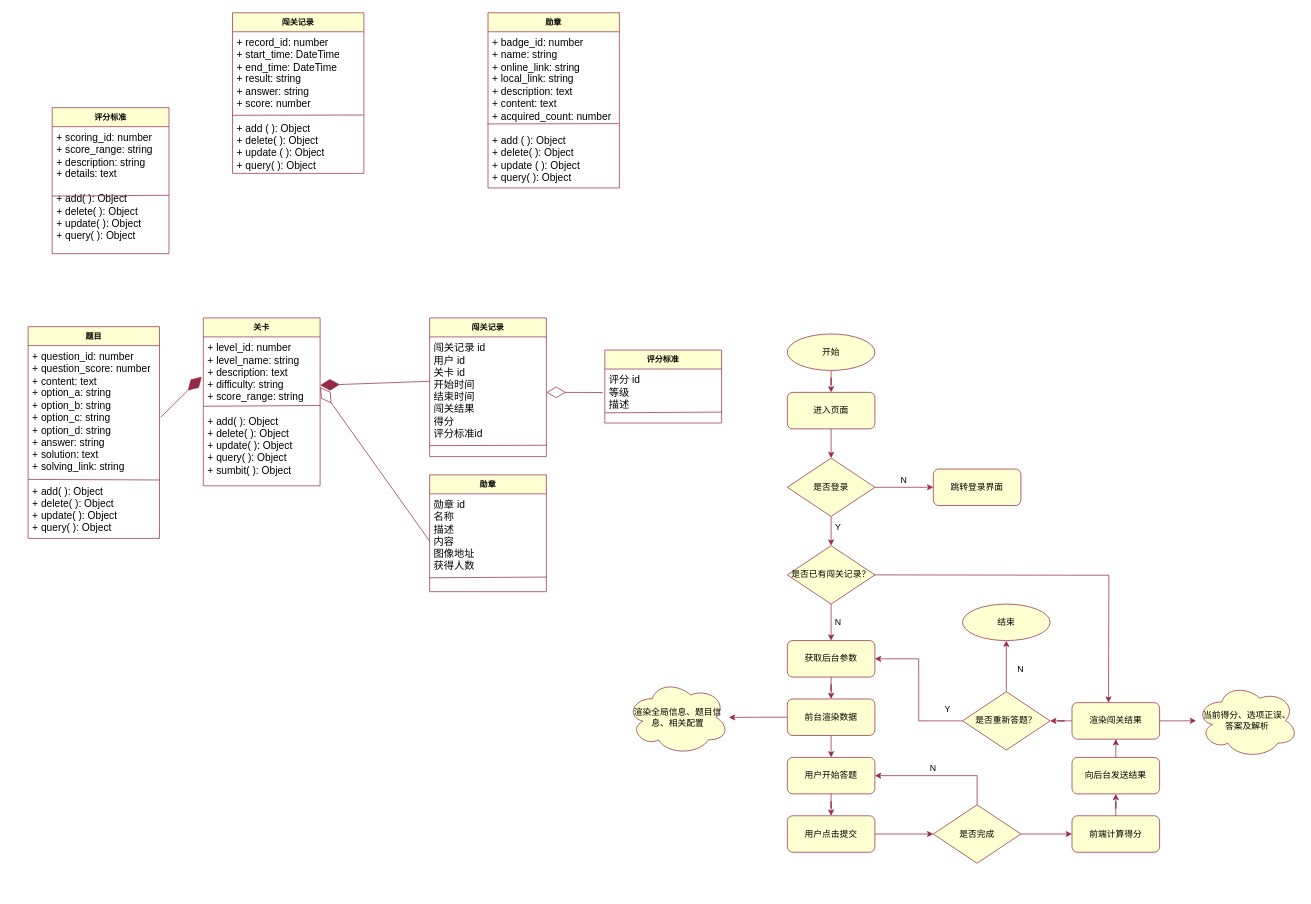
Earlier version of the draw.io diagram page "闯关流程图" (12 of 16) of 毕业设计/毕业设计.drawio (bosombaby/draw-store). Source tidied: cells renumbered, new cells numbered last; positions are measured from the earlier drawing's top-left corner, leaving out a move shared by most shapes. Both pictures are drawn from the tidied source at 73%, with x=0, y=0 at pixel (28, 12).
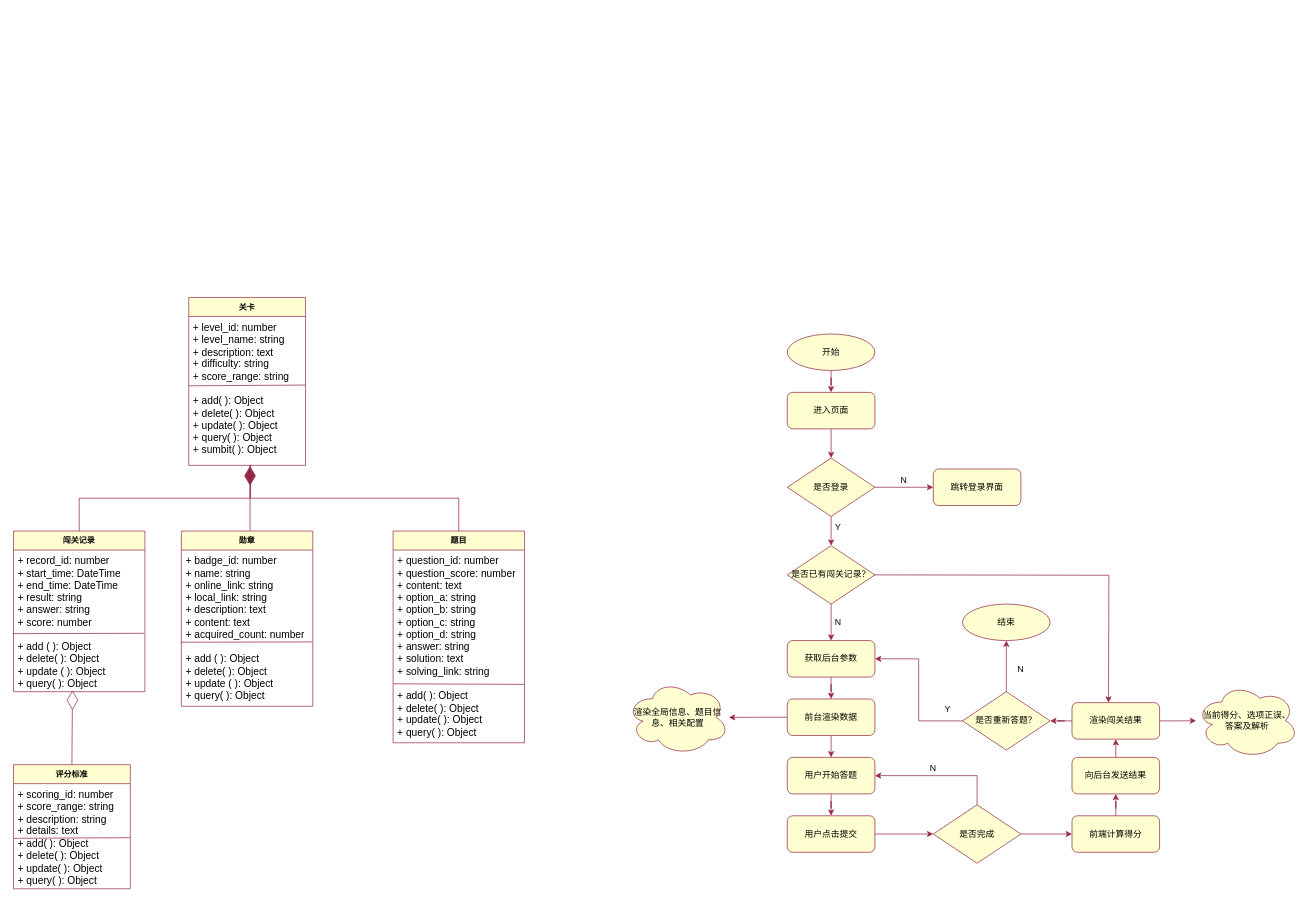
The same diagram, later.

Commit message (it also covers changes not shown here):
更新毕业设计.drawio

The change refers to these unchanged cells:
```xml
<mxCell id="45" value="&lt;span style=&quot;font-size: 14px;&quot;&gt;+ question_id: number&lt;/span&gt;&lt;div&gt;&lt;span style=&quot;font-size: 14px;&quot;&gt;+ question_score: number&lt;/span&gt;&lt;/div&gt;&lt;div&gt;&lt;span style=&quot;font-size: 14px;&quot;&gt;+ content: text&lt;/span&gt;&lt;/div&gt;&lt;div&gt;&lt;span style=&quot;font-size: 14px;&quot;&gt;+ option_a: string&lt;/span&gt;&lt;/div&gt;&lt;div&gt;&lt;span style=&quot;font-size: 14px;&quot;&gt;+ option_b: string&lt;/span&gt;&lt;/div&gt;&lt;div&gt;&lt;span style=&quot;font-size: 14px;&quot;&gt;+ option_c: string&lt;/span&gt;&lt;/div&gt;&lt;div&gt;&lt;span style=&quot;font-size: 14px;&quot;&gt;+ option_d: string&lt;/span&gt;&lt;/div&gt;&lt;div&gt;&lt;span style=&quot;font-size: 14px;&quot;&gt;+ answer: string&lt;/span&gt;&lt;/div&gt;&lt;div&gt;&lt;span style=&quot;font-size: 14px;&quot;&gt;+ solution: text&lt;/span&gt;&lt;/div&gt;&lt;div&gt;&lt;span style=&quot;font-size: 14px;&quot;&gt;+ solving_link: string&lt;/span&gt;&lt;/div&gt;&lt;div&gt;&lt;span style=&quot;font-size: 14px;&quot;&gt;&lt;br&gt;&lt;/span&gt;&lt;/div&gt;&lt;div&gt;&lt;span style=&quot;font-size: 14px;&quot;&gt;+ add( ): Object&lt;/span&gt;&lt;/div&gt;&lt;div&gt;&lt;span style=&quot;font-size: 14px;&quot;&gt;+ delete( ): Object&lt;/span&gt;&lt;/div&gt;&lt;div&gt;&lt;span style=&quot;font-size: 14px;&quot;&gt;+ update( ): Object&lt;/span&gt;&lt;span style=&quot;font-size: 14px;&quot;&gt;&lt;br&gt;&lt;/span&gt;&lt;/div&gt;&lt;div&gt;&lt;span style=&quot;font-size: 14px;&quot;&gt;+ query( ): Object&lt;/span&gt;&lt;span style=&quot;font-size: 14px;&quot;&gt;&lt;br&gt;&lt;/span&gt;&lt;/div&gt;" style="text;strokeColor=none;fillColor=none;align=left;verticalAlign=top;spacingLeft=4;spacingRight=4;overflow=hidden;points=[[0,0.5],[1,0.5]];portConstraint=eastwest;whiteSpace=wrap;html=1;fontSize=11;fontFamily=Helvetica;fontColor=default;" parent="44" vertex="1">
  <mxGeometry y="26" width="180" height="264" as="geometry" />
</mxCell>
<mxCell id="61" value="&lt;font style=&quot;font-size: 14px;&quot;&gt;+ level_id: number&lt;br&gt;+ level_name: string&lt;br&gt;+ description: text&lt;br&gt;+ difficulty: string&lt;br&gt;+ score_range: string&lt;/font&gt;&lt;div&gt;&lt;span style=&quot;font-size: 14px;&quot;&gt;&lt;br&gt;&lt;/span&gt;&lt;div&gt;&lt;div&gt;&lt;span style=&quot;font-size: 14px;&quot;&gt;+ add( ):&amp;nbsp;&lt;/span&gt;&lt;span style=&quot;font-size: 14px; background-color: initial;&quot;&gt;Object&lt;/span&gt;&lt;/div&gt;&lt;div&gt;&lt;span style=&quot;font-size: 14px;&quot;&gt;+ delete( ): Object&lt;/span&gt;&lt;/div&gt;&lt;div&gt;&lt;span style=&quot;font-size: 14px;&quot;&gt;+ update( ): Object&lt;/span&gt;&lt;span style=&quot;font-size: 14px;&quot;&gt;&lt;br&gt;&lt;/span&gt;&lt;/div&gt;&lt;div&gt;&lt;span style=&quot;font-size: 14px;&quot;&gt;+ query( ): Object&lt;/span&gt;&lt;/div&gt;&lt;/div&gt;&lt;/div&gt;&lt;div&gt;&lt;span style=&quot;font-size: 14px;&quot;&gt;+ sumbit( ): Object&lt;/span&gt;&lt;/div&gt;" style="text;strokeColor=none;fillColor=none;align=left;verticalAlign=top;spacingLeft=4;spacingRight=4;overflow=hidden;points=[[0,0.5],[1,0.5]];portConstraint=eastwest;whiteSpace=wrap;html=1;fontSize=11;fontFamily=Helvetica;fontColor=default;" parent="60" vertex="1">
  <mxGeometry y="26" width="160" height="204" as="geometry" />
</mxCell>
<mxCell id="64" value="&lt;div&gt;&lt;span style=&quot;font-size: 14px;&quot;&gt;+ record_id: number&lt;/span&gt;&lt;/div&gt;&lt;div&gt;&lt;span style=&quot;font-size: 14px;&quot;&gt;+ start_time: DateTime&lt;/span&gt;&lt;/div&gt;&lt;div&gt;&lt;span style=&quot;font-size: 14px;&quot;&gt;+ end_time: DateTime&lt;/span&gt;&lt;/div&gt;&lt;div&gt;&lt;span style=&quot;font-size: 14px;&quot;&gt;+ result: string&lt;/span&gt;&lt;/div&gt;&lt;div&gt;&lt;span style=&quot;font-size: 14px;&quot;&gt;+ answer: string&lt;/span&gt;&lt;/div&gt;&lt;div&gt;&lt;span style=&quot;font-size: 14px;&quot;&gt;+ score: number&lt;/span&gt;&lt;/div&gt;&lt;div&gt;&lt;span style=&quot;font-size: 14px;&quot;&gt;&lt;br&gt;&lt;/span&gt;&lt;/div&gt;&lt;div&gt;&lt;div&gt;&lt;span style=&quot;font-size: 14px;&quot;&gt;+ add ( ):&amp;nbsp;&lt;/span&gt;&lt;span style=&quot;font-size: 14px; background-color: initial;&quot;&gt;Object&lt;/span&gt;&lt;/div&gt;&lt;div&gt;&lt;span style=&quot;font-size: 14px;&quot;&gt;+ delete( ): Object&lt;/span&gt;&lt;/div&gt;&lt;div&gt;&lt;span style=&quot;font-size: 14px;&quot;&gt;+ update ( ): Object&lt;/span&gt;&lt;span style=&quot;font-size: 14px;&quot;&gt;&lt;br&gt;&lt;/span&gt;&lt;/div&gt;&lt;div&gt;&lt;span style=&quot;font-size: 14px;&quot;&gt;+ query( ): Object&lt;/span&gt;&lt;/div&gt;&lt;/div&gt;" style="text;strokeColor=none;fillColor=none;align=left;verticalAlign=top;spacingLeft=4;spacingRight=4;overflow=hidden;points=[[0,0.5],[1,0.5]];portConstraint=eastwest;whiteSpace=wrap;html=1;fontSize=11;fontFamily=Helvetica;fontColor=default;" parent="63" vertex="1">
  <mxGeometry y="26" width="180" height="194" as="geometry" />
</mxCell>
```

What changed in the source:
```diff
@@
     <mxCell id="44" value="题目" style="swimlane;fontStyle=1;align=center;verticalAlign=top;horizontal=1;startSize=26;whiteSpace=wrap;html=1;strokeColor=#993150;fontFamily=Helvetica;fontSize=11;fontColor=default;fillColor=#FFFFD1;" parent="1" vertex="1">
-      <mxGeometry y="430" width="180" height="290" as="geometry" />
+      <mxGeometry x="500" y="710" width="180" height="290" as="geometry" />
     </mxCell>
@@
-    <mxCell id="47" value="闯关记录" style="swimlane;fontStyle=1;align=center;verticalAlign=top;horizontal=1;startSize=26;whiteSpace=wrap;html=1;strokeColor=#993150;fontFamily=Helvetica;fontSize=11;fontColor=default;fillColor=#FFFFD1;" parent="1" vertex="1">
-      <mxGeometry x="550" y="418" width="160" height="190" as="geometry" />
-    </mxCell>
-    <mxCell id="48" value="&lt;font style=&quot;font-size: 14px;&quot;&gt;闯关记录 id&lt;br&gt;用户 id&lt;br&gt;关卡 id&lt;br&gt;开始时间&lt;br&gt;结束时间&lt;br&gt;闯关结果&lt;br&gt;得分&lt;br&gt;评分标准id&lt;br&gt;&lt;/font&gt;" style="text;strokeColor=none;fillColor=none;align=left;verticalAlign=top;spacingLeft=4;spacingRight=4;overflow=hidden;points=[[0,0.5],[1,0.5]];portConstraint=eastwest;whiteSpace=wrap;html=1;fontSize=11;fontFamily=Helvetica;fontColor=default;" parent="47" vertex="1">
-      <mxGeometry y="26" width="160" height="164" as="geometry" />
-    </mxCell>
-    <mxCell id="49" style="endArrow=none;html=1;rounded=0;strokeColor=#942A46;align=center;verticalAlign=middle;fontFamily=Helvetica;fontSize=15;fontColor=default;labelBackgroundColor=default;fillColor=#FFFFD1;entryX=1.002;entryY=0.905;entryDx=0;entryDy=0;entryPerimeter=0;" parent="47" edge="1" target="48">
-      <mxGeometry relative="1" as="geometry">
-        <mxPoint y="175" as="sourcePoint" />
-      </mxGeometry>
-    </mxCell>
-    <mxCell id="50" style="endArrow=diamondThin;endFill=1;endSize=24;html=1;rounded=0;labelBackgroundColor=default;strokeColor=#942A46;align=center;verticalAlign=middle;fontFamily=Helvetica;fontSize=11;fontColor=default;shape=connector;edgeStyle=none;entryX=-0.013;entryY=0.406;entryDx=0;entryDy=0;exitX=1.009;exitY=0.372;exitDx=0;exitDy=0;exitPerimeter=0;entryPerimeter=0;" parent="1" edge="1" source="45">
-      <mxGeometry relative="1" as="geometry">
-        <mxPoint x="237.9" y="498.5" as="targetPoint" />
-      </mxGeometry>
+    <mxCell id="50" style="endArrow=diamondThin;endFill=1;endSize=24;html=1;rounded=0;labelBackgroundColor=default;strokeColor=#942A46;align=center;verticalAlign=middle;fontFamily=Helvetica;fontSize=11;fontColor=default;shape=connector;edgeStyle=orthogonalEdgeStyle;entryX=0.525;entryY=1.004;entryDx=0;entryDy=0;entryPerimeter=0;exitX=0.5;exitY=0;exitDx=0;exitDy=0;" parent="1" edge="1" source="63" target="61">
+      <mxGeometry relative="1" as="geometry" />
     </mxCell>
-    <mxCell id="51" style="endArrow=diamondThin;endFill=1;endSize=24;html=1;rounded=0;labelBackgroundColor=default;strokeColor=#942A46;align=center;verticalAlign=middle;fontFamily=Helvetica;fontSize=11;fontColor=default;shape=connector;edgeStyle=none;exitX=-0.001;exitY=0.371;exitDx=0;exitDy=0;exitPerimeter=0;" parent="1" edge="1" source="48">
-      <mxGeometry relative="1" as="geometry">
-        <mxPoint x="400" y="510.2" as="targetPoint" />
-      </mxGeometry>
-    </mxCell>
-    <mxCell id="52" value="勋章" style="swimlane;fontStyle=1;align=center;verticalAlign=top;horizontal=1;startSize=26;whiteSpace=wrap;html=1;strokeColor=#993150;fontFamily=Helvetica;fontSize=11;fontColor=default;fillColor=#FFFFD1;" parent="1" vertex="1">
-      <mxGeometry x="550" y="633" width="160" height="160" as="geometry" />
-    </mxCell>
-    <mxCell id="53" value="&lt;font style=&quot;font-size: 14px;&quot;&gt;勋章 id&lt;br&gt;名称&lt;br&gt;描述&lt;br&gt;内容&lt;br&gt;图像地址&lt;br&gt;获得人数&lt;br&gt;&lt;/font&gt;" style="text;strokeColor=none;fillColor=none;align=left;verticalAlign=top;spacingLeft=4;spacingRight=4;overflow=hidden;whiteSpace=wrap;html=1;fontSize=11;fontFamily=Helvetica;fontColor=default;" parent="52" vertex="1">
-      <mxGeometry y="26" width="160" height="134" as="geometry" />
-    </mxCell>
-    <mxCell id="54" style="endArrow=none;html=1;rounded=0;strokeColor=#942A46;align=center;verticalAlign=middle;fontFamily=Helvetica;fontSize=15;fontColor=default;labelBackgroundColor=default;fillColor=#FFFFD1;entryX=1.002;entryY=0.905;entryDx=0;entryDy=0;entryPerimeter=0;" parent="52" edge="1">
-      <mxGeometry relative="1" as="geometry">
-        <mxPoint y="141" as="sourcePoint" />
-        <mxPoint x="160" y="140" as="targetPoint" />
-      </mxGeometry>
-    </mxCell>
-    <mxCell id="55" style="endArrow=diamondThin;endFill=0;endSize=24;html=1;rounded=0;labelBackgroundColor=default;strokeColor=#942A46;align=center;verticalAlign=middle;fontFamily=Helvetica;fontSize=11;fontColor=default;shape=connector;edgeStyle=none;exitX=-0.009;exitY=0.48;exitDx=0;exitDy=0;exitPerimeter=0;entryX=1;entryY=0.5;entryDx=0;entryDy=0;" parent="1" edge="1">
-      <mxGeometry relative="1" as="geometry">
-        <mxPoint x="550" y="723.7" as="sourcePoint" />
-        <mxPoint x="400" y="513" as="targetPoint" />
-      </mxGeometry>
-    </mxCell>
-    <mxCell id="56" value="评分标准" style="swimlane;fontStyle=1;align=center;verticalAlign=top;horizontal=1;startSize=26;whiteSpace=wrap;html=1;strokeColor=#993150;fontFamily=Helvetica;fontSize=11;fontColor=default;fillColor=#FFFFD1;" parent="1" vertex="1">
-      <mxGeometry x="790" y="462" width="160" height="100" as="geometry" />
-    </mxCell>
-    <mxCell id="57" value="&lt;font style=&quot;font-size: 14px;&quot;&gt;评分 id&lt;br&gt;等级&lt;br&gt;描述&lt;br&gt;&lt;br&gt;&lt;/font&gt;" style="text;strokeColor=none;fillColor=none;align=left;verticalAlign=top;spacingLeft=4;spacingRight=4;overflow=hidden;points=[[0,0.5],[1,0.5]];portConstraint=eastwest;whiteSpace=wrap;html=1;fontSize=11;fontFamily=Helvetica;fontColor=default;" parent="56" vertex="1">
-      <mxGeometry y="26" width="160" height="74" as="geometry" />
-    </mxCell>
-    <mxCell id="58" style="endArrow=none;html=1;rounded=0;strokeColor=#942A46;align=center;verticalAlign=middle;fontFamily=Helvetica;fontSize=15;fontColor=default;labelBackgroundColor=default;fillColor=#FFFFD1;entryX=1.002;entryY=0.905;entryDx=0;entryDy=0;entryPerimeter=0;" parent="56" edge="1">
-      <mxGeometry relative="1" as="geometry">
-        <mxPoint y="86" as="sourcePoint" />
-        <mxPoint x="160" y="85" as="targetPoint" />
-      </mxGeometry>
-    </mxCell>
-    <mxCell id="59" style="endArrow=diamondThin;endFill=0;endSize=24;html=1;rounded=0;labelBackgroundColor=default;strokeColor=#942A46;align=center;verticalAlign=middle;fontFamily=Helvetica;fontSize=11;fontColor=default;shape=connector;edgeStyle=none;exitX=-0.017;exitY=0.435;exitDx=0;exitDy=0;exitPerimeter=0;" parent="1" edge="1" source="57">
-      <mxGeometry relative="1" as="geometry">
-        <mxPoint x="710" y="520" as="targetPoint" />
-      </mxGeometry>
+    <mxCell id="59" style="endArrow=diamondThin;endFill=0;endSize=24;html=1;rounded=0;labelBackgroundColor=default;strokeColor=#942A46;align=center;verticalAlign=middle;fontFamily=Helvetica;fontSize=11;fontColor=default;shape=connector;edgeStyle=none;exitX=0.5;exitY=0;exitDx=0;exitDy=0;entryX=0.449;entryY=0.991;entryDx=0;entryDy=0;entryPerimeter=0;" parent="1" edge="1" source="69" target="64">
+      <mxGeometry relative="1" as="geometry" />
     </mxCell>
     <mxCell id="60" value="关卡" style="swimlane;fontStyle=1;align=center;verticalAlign=top;horizontal=1;startSize=26;whiteSpace=wrap;html=1;strokeColor=#993150;fontFamily=Helvetica;fontSize=11;fontColor=default;fillColor=#FFFFD1;" parent="1" vertex="1">
-      <mxGeometry x="240" y="418" width="160" height="230" as="geometry" />
+      <mxGeometry x="220" y="390" width="160" height="230" as="geometry" />
     </mxCell>
@@
     <mxCell id="63" value="闯关记录" style="swimlane;fontStyle=1;align=center;verticalAlign=top;horizontal=1;startSize=26;whiteSpace=wrap;html=1;strokeColor=#993150;fontFamily=Helvetica;fontSize=11;fontColor=default;fillColor=#FFFFD1;" parent="1" vertex="1">
-      <mxGeometry x="280" width="180" height="220" as="geometry" />
+      <mxGeometry x="-20" y="710" width="180" height="220" as="geometry" />
     </mxCell>
@@
     <mxCell id="66" value="勋章" style="swimlane;fontStyle=1;align=center;verticalAlign=top;horizontal=1;startSize=26;whiteSpace=wrap;html=1;strokeColor=#993150;fontFamily=Helvetica;fontSize=11;fontColor=default;fillColor=#FFFFD1;" parent="1" vertex="1">
-      <mxGeometry x="630" width="180" height="240" as="geometry" />
+      <mxGeometry x="210" y="710" width="180" height="240" as="geometry" />
     </mxCell>
@@
     <mxCell id="69" value="评分标准" style="swimlane;fontStyle=1;align=center;verticalAlign=top;horizontal=1;startSize=26;whiteSpace=wrap;html=1;strokeColor=#993150;fontFamily=Helvetica;fontSize=11;fontColor=default;fillColor=#FFFFD1;" parent="1" vertex="1">
-      <mxGeometry x="33" y="130" width="160" height="200" as="geometry" />
+      <mxGeometry x="-20" y="1030" width="160" height="170" as="geometry" />
     </mxCell>
-    <mxCell id="70" value="&lt;font style=&quot;font-size: 14px;&quot;&gt;+ scoring_id: number&lt;br&gt;+ score_range: string&lt;br&gt;+ description: string&lt;br&gt;+ details: text&lt;br&gt;&lt;/font&gt;&lt;div&gt;&lt;span style=&quot;font-size: 14px;&quot;&gt;&lt;br&gt;&lt;/span&gt;&lt;div&gt;&lt;div&gt;&lt;span style=&quot;font-size: 14px;&quot;&gt;+ add( ):&amp;nbsp;&lt;/span&gt;&lt;span style=&quot;font-size: 14px; background-color: initial;&quot;&gt;Object&lt;/span&gt;&lt;/div&gt;&lt;div&gt;&lt;span style=&quot;font-size: 14px;&quot;&gt;+ delete( ): Object&lt;/span&gt;&lt;/div&gt;&lt;div&gt;&lt;span style=&quot;font-size: 14px;&quot;&gt;+ update( ): Object&lt;/span&gt;&lt;span style=&quot;font-size: 14px;&quot;&gt;&lt;br&gt;&lt;/span&gt;&lt;/div&gt;&lt;div&gt;&lt;span style=&quot;font-size: 14px;&quot;&gt;+ query( ): Object&lt;/span&gt;&lt;/div&gt;&lt;/div&gt;&lt;/div&gt;" style="text;strokeColor=none;fillColor=none;align=left;verticalAlign=top;spacingLeft=4;spacingRight=4;overflow=hidden;points=[[0,0.5],[1,0.5]];portConstraint=eastwest;whiteSpace=wrap;html=1;fontSize=11;fontFamily=Helvetica;fontColor=default;" parent="69" vertex="1">
-      <mxGeometry y="26" width="160" height="174" as="geometry" />
+    <mxCell id="70" value="&lt;font style=&quot;font-size: 14px;&quot;&gt;+ scoring_id: number&lt;br&gt;+ score_range: string&lt;br&gt;+ description: string&lt;br&gt;+ details: text&lt;/font&gt;&lt;div&gt;&lt;div&gt;&lt;div&gt;&lt;span style=&quot;font-size: 14px;&quot;&gt;+ add( ):&amp;nbsp;&lt;/span&gt;&lt;span style=&quot;font-size: 14px; background-color: initial;&quot;&gt;Object&lt;/span&gt;&lt;/div&gt;&lt;div&gt;&lt;span style=&quot;font-size: 14px;&quot;&gt;+ delete( ): Object&lt;/span&gt;&lt;/div&gt;&lt;div&gt;&lt;span style=&quot;font-size: 14px;&quot;&gt;+ update( ): Object&lt;/span&gt;&lt;span style=&quot;font-size: 14px;&quot;&gt;&lt;br&gt;&lt;/span&gt;&lt;/div&gt;&lt;div&gt;&lt;span style=&quot;font-size: 14px;&quot;&gt;+ query( ): Object&lt;/span&gt;&lt;/div&gt;&lt;/div&gt;&lt;/div&gt;" style="text;strokeColor=none;fillColor=none;align=left;verticalAlign=top;spacingLeft=4;spacingRight=4;overflow=hidden;points=[[0,0.5],[1,0.5]];portConstraint=eastwest;whiteSpace=wrap;html=1;fontSize=11;fontFamily=Helvetica;fontColor=default;" parent="69" vertex="1">
+      <mxGeometry y="26" width="160" height="144" as="geometry" />
     </mxCell>
-    <mxCell id="71" style="endArrow=none;html=1;rounded=0;strokeColor=#942A46;align=center;verticalAlign=middle;fontFamily=Helvetica;fontSize=15;fontColor=default;labelBackgroundColor=default;fillColor=#FFFFD1;entryX=1.002;entryY=0.905;entryDx=0;entryDy=0;entryPerimeter=0;" parent="69" edge="1">
-      <mxGeometry relative="1" as="geometry">
-        <mxPoint y="121" as="sourcePoint" />
-        <mxPoint x="160" y="120" as="targetPoint" />
-      </mxGeometry>
+    <mxCell id="71" style="endArrow=none;html=1;rounded=0;strokeColor=#942A46;align=center;verticalAlign=middle;fontFamily=Helvetica;fontSize=15;fontColor=default;labelBackgroundColor=default;fillColor=#FFFFD1;exitX=0;exitY=0.52;exitDx=0;exitDy=0;exitPerimeter=0;entryX=1;entryY=0.514;entryDx=0;entryDy=0;entryPerimeter=0;" parent="69" edge="1" source="70" target="70">
+      <mxGeometry relative="1" as="geometry" />
     </mxCell>
+    <mxCell id="72" style="edgeStyle=orthogonalEdgeStyle;rounded=0;orthogonalLoop=1;jettySize=auto;html=1;exitX=0.5;exitY=0;exitDx=0;exitDy=0;entryX=0.5;entryY=1;entryDx=0;entryDy=0;entryPerimeter=0;endArrow=none;endFill=0;strokeColor=#942A46;" parent="1" edge="1">
+      <mxGeometry relative="1" as="geometry">
+        <mxPoint x="304" y="710" as="sourcePoint" />
+        <mxPoint x="304" y="620" as="targetPoint" />
+      </mxGeometry>
+    </mxCell>
+    <mxCell id="73" style="edgeStyle=orthogonalEdgeStyle;rounded=0;jettySize=auto;html=1;exitX=0.5;exitY=0;exitDx=0;exitDy=0;entryX=0.53;entryY=0.996;entryDx=0;entryDy=0;entryPerimeter=0;endArrow=none;endFill=0;strokeColor=#942A46;" parent="1" edge="1" source="44" target="61">
+      <mxGeometry relative="1" as="geometry" />
+    </mxCell>
```
